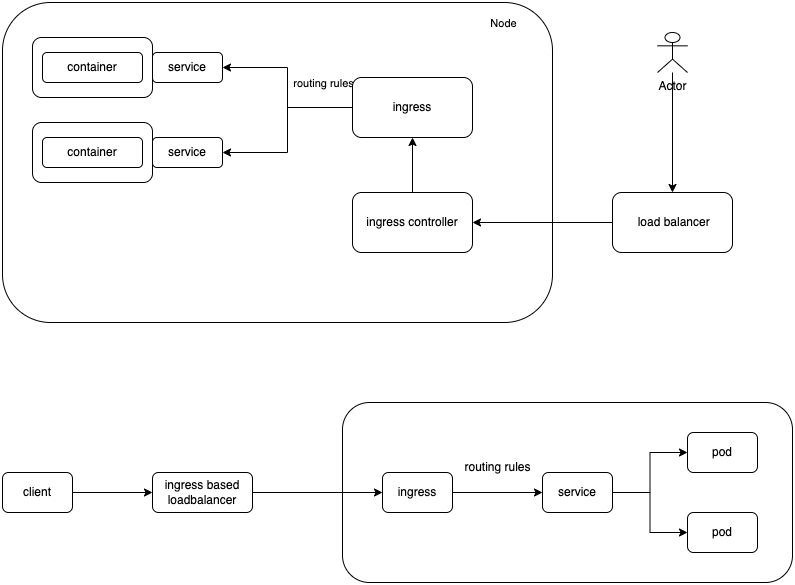
This is K8.png from RajKumarSaroj01/notes, a draw.io export, as it was before one commit. Source tidied: cells renumbered, new cells last; positions are measured from the earlier drawing's top-left corner, leaving out a move shared by most shapes. Its diagram source:
```xml
<mxGraphModel>
  <root>
    <mxCell id="0" />
    <mxCell id="1" parent="0" />
    <mxCell id="2" style="rounded=1;whiteSpace=wrap;html=1;" parent="1" vertex="1">
      <mxGeometry x="340" y="400" width="450" height="180" as="geometry" />
    </mxCell>
    <mxCell id="3" style="rounded=1;whiteSpace=wrap;html=1;" parent="1" vertex="1">
      <mxGeometry width="550" height="320" as="geometry" />
    </mxCell>
    <mxCell id="4" style="rounded=1;whiteSpace=wrap;html=1;" parent="1" vertex="1">
      <mxGeometry x="30" y="35" width="120" height="60" as="geometry" />
    </mxCell>
    <mxCell id="5" value="container" style="rounded=1;whiteSpace=wrap;html=1;" parent="1" vertex="1">
      <mxGeometry x="40" y="50" width="100" height="30" as="geometry" />
    </mxCell>
    <mxCell id="6" style="rounded=1;whiteSpace=wrap;html=1;" parent="1" vertex="1">
      <mxGeometry x="30" y="120" width="120" height="60" as="geometry" />
    </mxCell>
    <mxCell id="7" value="container" style="rounded=1;whiteSpace=wrap;html=1;" parent="1" vertex="1">
      <mxGeometry x="40" y="135" width="100" height="30" as="geometry" />
    </mxCell>
    <mxCell id="8" value="service" style="rounded=1;whiteSpace=wrap;html=1;" parent="1" vertex="1">
      <mxGeometry x="150" y="50" width="70" height="30" as="geometry" />
    </mxCell>
    <mxCell id="9" value="service" style="rounded=1;whiteSpace=wrap;html=1;" parent="1" vertex="1">
      <mxGeometry x="150" y="135" width="70" height="30" as="geometry" />
    </mxCell>
    <mxCell id="10" style="edgeStyle=orthogonalEdgeStyle;rounded=0;jettySize=auto;html=1;entryX=1;entryY=0.5;entryDx=0;entryDy=0;" parent="1" edge="1" source="13" target="8">
      <mxGeometry relative="1" as="geometry" />
    </mxCell>
    <mxCell id="11" style="edgeStyle=orthogonalEdgeStyle;rounded=0;jettySize=auto;html=1;entryX=1;entryY=0.5;entryDx=0;entryDy=0;" parent="1" edge="1" source="13" target="9">
      <mxGeometry relative="1" as="geometry" />
    </mxCell>
    <mxCell id="12" value="routing rules" style="edgeLabel;html=1;align=center;verticalAlign=middle;" parent="11" vertex="1">
      <mxGeometry x="-0.73" y="-4" relative="1" as="geometry">
        <mxPoint x="-6" y="-21" as="offset" />
      </mxGeometry>
    </mxCell>
    <mxCell id="13" value="ingress" style="rounded=1;whiteSpace=wrap;html=1;" parent="1" vertex="1">
      <mxGeometry x="350" y="75" width="120" height="60" as="geometry" />
    </mxCell>
    <mxCell id="14" style="edgeStyle=orthogonalEdgeStyle;rounded=0;jettySize=auto;html=1;entryX=0;entryY=0.5;entryDx=0;entryDy=0;" parent="1" edge="1" source="15" target="18">
      <mxGeometry relative="1" as="geometry" />
    </mxCell>
    <mxCell id="15" value="client" style="rounded=1;whiteSpace=wrap;html=1;" parent="1" vertex="1">
      <mxGeometry y="470" width="70" height="40" as="geometry" />
    </mxCell>
    <mxCell id="16" style="edgeStyle=orthogonalEdgeStyle;rounded=0;orthogonalLoop=1;jettySize=auto;html=1;exitX=0.5;exitY=1;exitDx=0;exitDy=0;" parent="1" edge="1" source="15" target="15">
      <mxGeometry relative="1" as="geometry" />
    </mxCell>
    <mxCell id="17" style="edgeStyle=orthogonalEdgeStyle;rounded=0;jettySize=auto;html=1;" parent="1" edge="1" source="18" target="20">
      <mxGeometry relative="1" as="geometry" />
    </mxCell>
    <mxCell id="18" value="ingress based loadbalancer" style="rounded=1;whiteSpace=wrap;html=1;" parent="1" vertex="1">
      <mxGeometry x="150" y="470" width="100" height="40" as="geometry" />
    </mxCell>
    <mxCell id="19" style="edgeStyle=orthogonalEdgeStyle;rounded=0;jettySize=auto;html=1;entryX=0;entryY=0.5;entryDx=0;entryDy=0;" parent="1" edge="1" source="20" target="23">
      <mxGeometry relative="1" as="geometry" />
    </mxCell>
    <mxCell id="20" value="ingress" style="rounded=1;whiteSpace=wrap;html=1;" parent="1" vertex="1">
      <mxGeometry x="380" y="470" width="70" height="40" as="geometry" />
    </mxCell>
    <mxCell id="21" style="edgeStyle=orthogonalEdgeStyle;rounded=0;jettySize=auto;html=1;entryX=0;entryY=0.5;entryDx=0;entryDy=0;" parent="1" edge="1" source="23" target="24">
      <mxGeometry relative="1" as="geometry" />
    </mxCell>
    <mxCell id="22" style="edgeStyle=orthogonalEdgeStyle;rounded=0;jettySize=auto;html=1;entryX=0;entryY=0.5;entryDx=0;entryDy=0;" parent="1" edge="1" source="23" target="25">
      <mxGeometry relative="1" as="geometry" />
    </mxCell>
    <mxCell id="23" value="service" style="rounded=1;whiteSpace=wrap;html=1;" parent="1" vertex="1">
      <mxGeometry x="540" y="470" width="70" height="40" as="geometry" />
    </mxCell>
    <mxCell id="24" value="pod" style="rounded=1;whiteSpace=wrap;html=1;" parent="1" vertex="1">
      <mxGeometry x="685" y="510" width="70" height="40" as="geometry" />
    </mxCell>
    <mxCell id="25" value="pod" style="rounded=1;whiteSpace=wrap;html=1;" parent="1" vertex="1">
      <mxGeometry x="685" y="430" width="70" height="40" as="geometry" />
    </mxCell>
    <mxCell id="26" value="routing rules" style="text;html=1;align=center;verticalAlign=middle;strokeColor=none;fillColor=none;" parent="1" vertex="1">
      <mxGeometry x="450" y="450" width="90" height="30" as="geometry" />
    </mxCell>
    <mxCell id="27" style="edgeStyle=orthogonalEdgeStyle;rounded=0;jettySize=auto;html=1;entryX=0.5;entryY=1;entryDx=0;entryDy=0;" parent="1" edge="1" source="29" target="13">
      <mxGeometry relative="1" as="geometry" />
    </mxCell>
    <mxCell id="28" value="Node" style="edgeLabel;html=1;align=center;verticalAlign=middle;" parent="27" vertex="1">
      <mxGeometry x="-0.11" relative="1" as="geometry">
        <mxPoint x="90" y="-146" as="offset" />
      </mxGeometry>
    </mxCell>
    <mxCell id="29" value="ingress controller" style="rounded=1;whiteSpace=wrap;html=1;" parent="1" vertex="1">
      <mxGeometry x="350" y="190" width="120" height="60" as="geometry" />
    </mxCell>
    <mxCell id="30" style="edgeStyle=orthogonalEdgeStyle;rounded=0;jettySize=auto;html=1;entryX=1;entryY=0.5;entryDx=0;entryDy=0;" parent="1" edge="1" source="31" target="29">
      <mxGeometry relative="1" as="geometry" />
    </mxCell>
    <mxCell id="31" value="&amp;nbsp;load balancer" style="rounded=1;whiteSpace=wrap;html=1;" parent="1" vertex="1">
      <mxGeometry x="610" y="190" width="120" height="60" as="geometry" />
    </mxCell>
    <mxCell id="32" style="edgeStyle=orthogonalEdgeStyle;rounded=0;jettySize=auto;html=1;entryX=0.5;entryY=0;entryDx=0;entryDy=0;" parent="1" edge="1" source="33" target="31">
      <mxGeometry relative="1" as="geometry" />
    </mxCell>
    <mxCell id="33" value="Actor" style="shape=umlActor;verticalLabelPosition=bottom;verticalAlign=top;html=1;outlineConnect=0;" parent="1" vertex="1">
      <mxGeometry x="655" y="30" width="30" height="40" as="geometry" />
    </mxCell>
  </root>
</mxGraphModel>
```
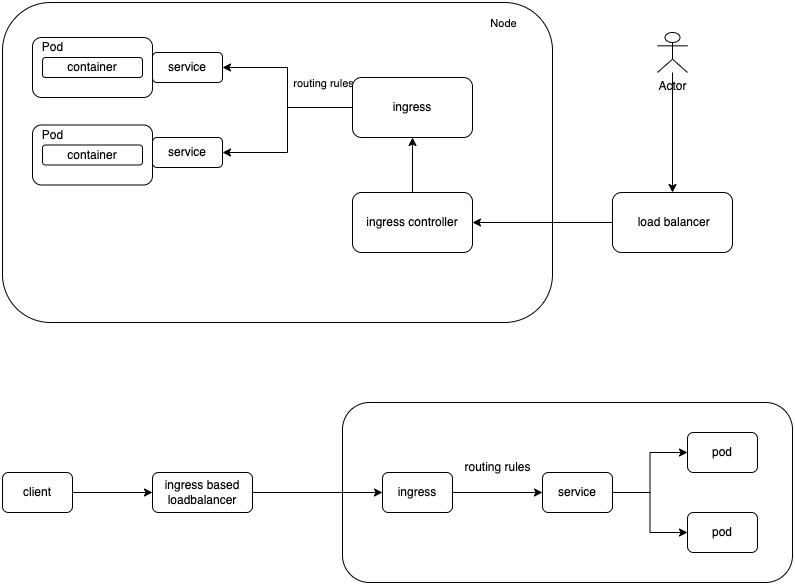
After the commit.

What changed in the source:
```diff
@@ -12,14 +12,8 @@
       <mxGeometry x="30" y="35" width="120" height="60" as="geometry" />
     </mxCell>
     <mxCell id="5" value="container" style="rounded=1;whiteSpace=wrap;html=1;" parent="1" vertex="1">
-      <mxGeometry x="40" y="50" width="100" height="30" as="geometry" />
+      <mxGeometry x="40" y="55" width="100" height="20" as="geometry" />
     </mxCell>
-    <mxCell id="6" style="rounded=1;whiteSpace=wrap;html=1;" parent="1" vertex="1">
-      <mxGeometry x="30" y="120" width="120" height="60" as="geometry" />
-    </mxCell>
-    <mxCell id="7" value="container" style="rounded=1;whiteSpace=wrap;html=1;" parent="1" vertex="1">
-      <mxGeometry x="40" y="135" width="100" height="30" as="geometry" />
-    </mxCell>
     <mxCell id="8" value="service" style="rounded=1;whiteSpace=wrap;html=1;" parent="1" vertex="1">
       <mxGeometry x="150" y="50" width="70" height="30" as="geometry" />
     </mxCell>
@@ -102,5 +96,17 @@
     <mxCell id="33" value="Actor" style="shape=umlActor;verticalLabelPosition=bottom;verticalAlign=top;html=1;outlineConnect=0;" parent="1" vertex="1">
       <mxGeometry x="655" y="30" width="30" height="40" as="geometry" />
     </mxCell>
+    <mxCell id="34" value="Pod" style="text;html=1;align=center;verticalAlign=middle;strokeColor=none;fillColor=none;" parent="1" vertex="1">
+      <mxGeometry x="30" y="30" width="40" height="30" as="geometry" />
+    </mxCell>
+    <mxCell id="35" style="rounded=1;whiteSpace=wrap;html=1;" parent="1" vertex="1">
+      <mxGeometry x="30" y="122.5" width="120" height="60" as="geometry" />
+    </mxCell>
+    <mxCell id="7" value="container" style="rounded=1;whiteSpace=wrap;html=1;" parent="1" vertex="1">
+      <mxGeometry x="40" y="142.5" width="100" height="20" as="geometry" />
+    </mxCell>
+    <mxCell id="36" value="Pod" style="text;html=1;align=center;verticalAlign=middle;strokeColor=none;fillColor=none;" parent="1" vertex="1">
+      <mxGeometry x="30" y="117.5" width="40" height="30" as="geometry" />
+    </mxCell>
   </root>
 </mxGraphModel>
```
